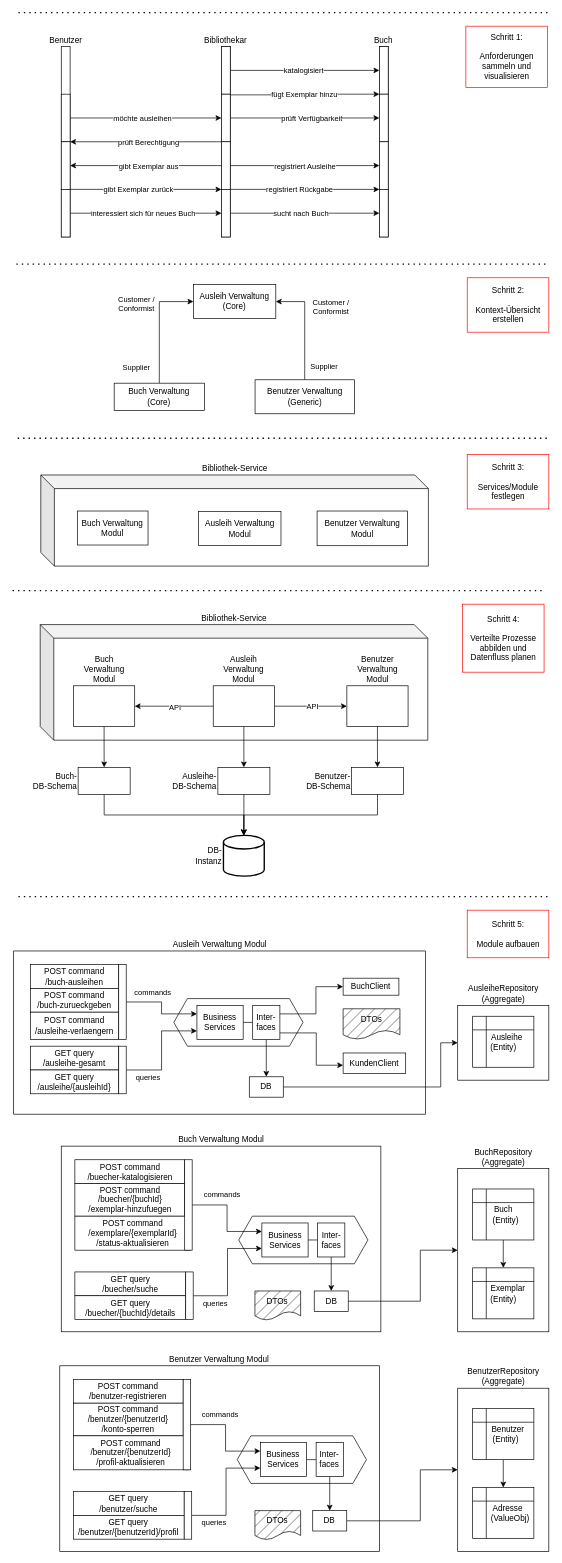
Above: images/software-architecture-guide-example.drawio in coc-university/software-architecture-guide (draw.io), before the change. Source tidied: cells renumbered, new cells numbered last; positions are measured from the earlier drawing's top-left corner, leaving out a move shared by most shapes. Both pictures are drawn from the tidied source at 68%, with x=0, y=0 at pixel (12, 12).
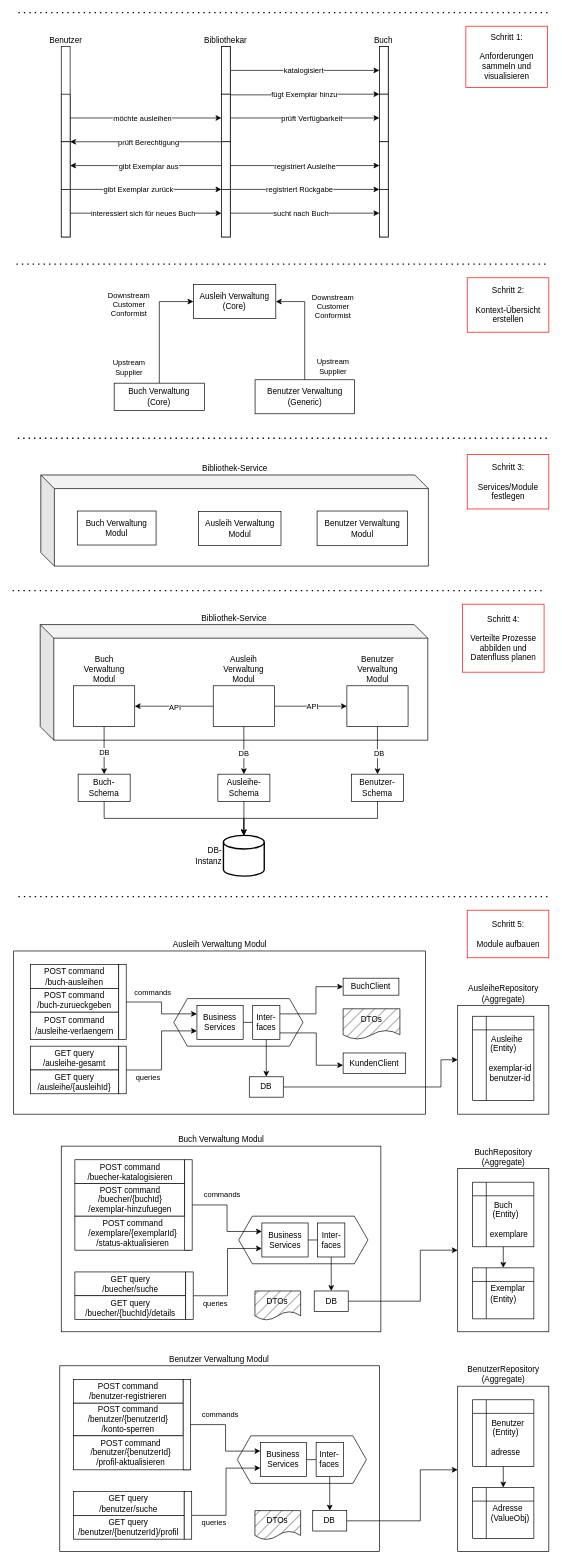
Above is the later version.

The change refers to these unchanged cells:
```xml
<mxCell id="21" style="edgeStyle=orthogonalEdgeStyle;rounded=0;jettySize=auto;html=1;exitX=0.5;exitY=1;exitDx=0;exitDy=0;" parent="1" edge="1" source="20" target="95">
  <mxGeometry relative="1" as="geometry" />
</mxCell>
<mxCell id="24" style="edgeStyle=orthogonalEdgeStyle;rounded=0;jettySize=auto;html=1;exitX=0.5;exitY=1;exitDx=0;exitDy=0;entryX=0.5;entryY=0;entryDx=0;entryDy=0;" parent="1" edge="1" source="27" target="94">
  <mxGeometry relative="1" as="geometry" />
</mxCell>
<mxCell id="29" style="edgeStyle=orthogonalEdgeStyle;rounded=0;jettySize=auto;html=1;exitX=0.5;exitY=1;exitDx=0;exitDy=0;entryX=0.5;entryY=0;entryDx=0;entryDy=0;" parent="1" edge="1" source="28" target="96">
  <mxGeometry relative="1" as="geometry" />
</mxCell>
<mxCell id="43" value="DB" style="rounded=0;whiteSpace=wrap;html=1;labelPosition=center;verticalLabelPosition=middle;align=center;verticalAlign=middle;strokeColor=light-dark(#000000,#FF8000);" parent="1" vertex="1">
  <mxGeometry x="348.1" y="1565" width="50" height="30" as="geometry" />
</mxCell>
<mxCell id="102" style="edgeStyle=orthogonalEdgeStyle;rounded=0;jettySize=auto;html=1;exitX=0.5;exitY=0;exitDx=0;exitDy=0;entryX=1;entryY=0.5;entryDx=0;entryDy=0;" parent="1" edge="1" source="105" target="101">
  <mxGeometry relative="1" as="geometry" />
</mxCell>
<mxCell id="106" style="edgeStyle=orthogonalEdgeStyle;rounded=0;jettySize=auto;html=1;exitX=0.5;exitY=0;exitDx=0;exitDy=0;entryX=0;entryY=0.5;entryDx=0;entryDy=0;" parent="1" edge="1" source="109" target="101">
  <mxGeometry relative="1" as="geometry" />
</mxCell>
```

Change to the diagram source:
```diff
@@
     <mxCell id="10" value="Buch Verwaltung&lt;div&gt;Modul&lt;/div&gt;" style="rounded=0;whiteSpace=wrap;html=1;labelPosition=center;verticalLabelPosition=middle;align=center;verticalAlign=middle;strokeColor=light-dark(#000000,#0433FF);" parent="1" vertex="1">
-      <mxGeometry x="95.2" y="733" width="104" height="50" as="geometry" />
+      <mxGeometry x="95.2" y="733" width="115.8" height="50" as="geometry" />
     </mxCell>
@@
+    <mxCell id="153" value="DB" style="edgeLabel;html=1;align=center;verticalAlign=middle;" parent="21" vertex="1">
+      <mxGeometry x="0.08" relative="1" as="geometry" />
+    </mxCell>
@@
+    <mxCell id="154" value="DB" style="edgeLabel;html=1;align=center;verticalAlign=middle;" parent="24" vertex="1">
+      <mxGeometry x="0.14" y="-1" relative="1" as="geometry" />
+    </mxCell>
@@
+    <mxCell id="155" value="DB" style="edgeLabel;html=1;align=center;verticalAlign=middle;" parent="29" vertex="1">
+      <mxGeometry x="0.14" y="2" relative="1" as="geometry" />
+    </mxCell>
@@
     <mxCell id="42" style="edgeStyle=orthogonalEdgeStyle;rounded=0;jettySize=auto;html=1;exitX=1;exitY=0.5;exitDx=0;exitDy=0;entryX=0;entryY=0.5;entryDx=0;entryDy=0;" parent="1" edge="1" source="43" target="84">
       <mxGeometry relative="1" as="geometry">
         <Array as="points">
-          <mxPoint x="629.6" y="1580" />
-          <mxPoint x="629.6" y="1515" />
+          <mxPoint x="630" y="1580" />
+          <mxPoint x="630" y="1540" />
         </Array>
       </mxGeometry>
     </mxCell>
@@
     <mxCell id="84" value="&lt;span style=&quot;background-color: transparent; color: light-dark(rgb(0, 0, 0), rgb(255, 255, 255));&quot;&gt;AusleiheRepository&lt;/span&gt;&lt;div&gt;&lt;span style=&quot;background-color: transparent; color: light-dark(rgb(0, 0, 0), rgb(255, 255, 255));&quot;&gt;(&lt;/span&gt;&lt;span style=&quot;background-color: transparent; color: light-dark(rgb(0, 0, 0), rgb(255, 255, 255));&quot;&gt;Aggregate&lt;/span&gt;&lt;span style=&quot;background-color: transparent; color: light-dark(rgb(0, 0, 0), rgb(255, 255, 255));&quot;&gt;)&lt;/span&gt;&lt;/div&gt;" style="rounded=0;whiteSpace=wrap;html=1;labelPosition=center;verticalLabelPosition=top;align=center;verticalAlign=bottom;" parent="1" vertex="1">
-      <mxGeometry x="654.6" y="1460" width="134" height="110" as="geometry" />
+      <mxGeometry x="654.6" y="1460" width="134" height="160" as="geometry" />
     </mxCell>
-    <mxCell id="85" value="&amp;nbsp; &amp;nbsp;Ausleihe&lt;div&gt;(Entity)&lt;/div&gt;" style="shape=internalStorage;whiteSpace=wrap;html=1;backgroundOutline=1;" parent="1" vertex="1">
-      <mxGeometry x="676.6" y="1476" width="90" height="75" as="geometry" />
+    <mxCell id="85" value="&amp;nbsp; &amp;nbsp;Ausleihe&lt;div&gt;(Entity)&lt;/div&gt;&lt;div&gt;&lt;br&gt;&lt;/div&gt;&lt;div&gt;&amp;nbsp; &amp;nbsp; &amp;nbsp; exemplar-id&lt;/div&gt;&lt;div&gt;&amp;nbsp; &amp;nbsp; &amp;nbsp; benutzer-id&lt;/div&gt;" style="shape=internalStorage;whiteSpace=wrap;html=1;backgroundOutline=1;" parent="1" vertex="1">
+      <mxGeometry x="676.6" y="1476" width="90" height="124" as="geometry" />
     </mxCell>
@@
-    <mxCell id="89" value="Buch&lt;div&gt;&amp;nbsp; (Entity)&lt;/div&gt;" style="shape=internalStorage;whiteSpace=wrap;html=1;backgroundOutline=1;" parent="1" vertex="1">
-      <mxGeometry x="676.6" y="1730" width="90" height="75" as="geometry" />
+    <mxCell id="89" value="&lt;div&gt;&lt;br&gt;&lt;/div&gt;Buch&lt;div&gt;&amp;nbsp; (Entity)&lt;/div&gt;&lt;div&gt;&lt;br&gt;&lt;/div&gt;&lt;div&gt;&amp;nbsp; &amp;nbsp; &amp;nbsp;exemplare&lt;/div&gt;" style="shape=internalStorage;whiteSpace=wrap;html=1;backgroundOutline=1;" parent="1" vertex="1">
+      <mxGeometry x="676.6" y="1720" width="90" height="95" as="geometry" />
     </mxCell>
     <mxCell id="90" value="&lt;span style=&quot;background-color: transparent; color: light-dark(rgb(0, 0, 0), rgb(255, 255, 255));&quot;&gt;BenutzerRepository&lt;/span&gt;&lt;div&gt;&lt;span style=&quot;background-color: transparent; color: light-dark(rgb(0, 0, 0), rgb(255, 255, 255));&quot;&gt;(&lt;/span&gt;&lt;span style=&quot;background-color: transparent; color: light-dark(rgb(0, 0, 0), rgb(255, 255, 255));&quot;&gt;Aggregate&lt;/span&gt;&lt;span style=&quot;background-color: transparent; color: light-dark(rgb(0, 0, 0), rgb(255, 255, 255));&quot;&gt;)&lt;/span&gt;&lt;/div&gt;" style="rounded=0;whiteSpace=wrap;html=1;labelPosition=center;verticalLabelPosition=top;align=center;verticalAlign=bottom;" parent="1" vertex="1">
-      <mxGeometry x="654.6" y="2023" width="134" height="240" as="geometry" />
+      <mxGeometry x="654.6" y="2020" width="134" height="243" as="geometry" />
     </mxCell>
@@
-    <mxCell id="93" value="&amp;nbsp; &amp;nbsp; Benutzer&lt;div&gt;&amp;nbsp; (Entity)&lt;/div&gt;" style="shape=internalStorage;whiteSpace=wrap;html=1;backgroundOutline=1;" parent="1" vertex="1">
-      <mxGeometry x="676.6" y="2053" width="90" height="75" as="geometry" />
+    <mxCell id="93" value="&amp;nbsp; &amp;nbsp;&amp;nbsp;&lt;div&gt;&amp;nbsp; &amp;nbsp; Benutzer&lt;div&gt;&amp;nbsp; (Entity)&lt;/div&gt;&lt;div&gt;&lt;br&gt;&lt;/div&gt;&lt;div&gt;&amp;nbsp; adresse&lt;/div&gt;&lt;/div&gt;" style="shape=internalStorage;whiteSpace=wrap;html=1;backgroundOutline=1;" parent="1" vertex="1">
+      <mxGeometry x="676.6" y="2040" width="90" height="98" as="geometry" />
     </mxCell>
-    <mxCell id="94" value="Ausleihe-&lt;div&gt;DB-Schema&lt;/div&gt;" style="rounded=0;whiteSpace=wrap;html=1;labelPosition=left;verticalLabelPosition=middle;align=right;verticalAlign=middle;" parent="1" vertex="1">
-      <mxGeometry x="301.9" y="1110" width="76.5" height="40" as="geometry" />
+    <mxCell id="94" value="Ausleihe-&lt;div&gt;Schema&lt;/div&gt;" style="rounded=0;whiteSpace=wrap;html=1;labelPosition=center;verticalLabelPosition=middle;align=center;verticalAlign=middle;" parent="1" vertex="1">
+      <mxGeometry x="301.9" y="1120" width="76.5" height="40" as="geometry" />
     </mxCell>
-    <mxCell id="95" value="Buch-&lt;div&gt;DB-Schema&lt;/div&gt;" style="rounded=0;whiteSpace=wrap;html=1;labelPosition=left;verticalLabelPosition=middle;align=right;verticalAlign=middle;" parent="1" vertex="1">
-      <mxGeometry x="96.4" y="1110" width="76.5" height="40" as="geometry" />
+    <mxCell id="95" value="Buch-&lt;div&gt;Schema&lt;/div&gt;" style="rounded=0;whiteSpace=wrap;html=1;labelPosition=center;verticalLabelPosition=middle;align=center;verticalAlign=middle;" parent="1" vertex="1">
+      <mxGeometry x="96.4" y="1120" width="76.5" height="40" as="geometry" />
     </mxCell>
-    <mxCell id="96" value="Benutzer-&lt;div&gt;DB-Schema&lt;/div&gt;" style="rounded=0;whiteSpace=wrap;html=1;labelPosition=left;verticalLabelPosition=middle;align=right;verticalAlign=middle;" parent="1" vertex="1">
-      <mxGeometry x="498.4" y="1110" width="76.5" height="40" as="geometry" />
+    <mxCell id="96" value="Benutzer-&lt;div&gt;Schema&lt;/div&gt;" style="rounded=0;whiteSpace=wrap;html=1;labelPosition=center;verticalLabelPosition=middle;align=center;verticalAlign=middle;" parent="1" vertex="1">
+      <mxGeometry x="498.4" y="1120" width="76.5" height="40" as="geometry" />
     </mxCell>
@@
-    <mxCell id="103" value="Customer /&lt;div&gt;Conformist&lt;/div&gt;" style="edgeLabel;html=1;align=center;verticalAlign=middle;" parent="102" vertex="1">
+    <mxCell id="103" value="&lt;div&gt;Downstream&lt;/div&gt;Customer&lt;div&gt;Conformist&lt;/div&gt;" style="edgeLabel;html=1;align=center;verticalAlign=middle;" parent="102" vertex="1">
       <mxGeometry x="-0.17" y="1" relative="1" as="geometry">
-        <mxPoint x="39" y="-43" as="offset" />
+        <mxPoint x="42" y="-44" as="offset" />
       </mxGeometry>
     </mxCell>
-    <mxCell id="104" value="Supplier" style="edgeLabel;html=1;align=center;verticalAlign=middle;" parent="102" vertex="1">
+    <mxCell id="104" value="Upstream&lt;div&gt;Supplier&lt;/div&gt;" style="edgeLabel;html=1;align=center;verticalAlign=middle;" parent="102" vertex="1">
       <mxGeometry x="-0.66" y="1" relative="1" as="geometry">
-        <mxPoint x="29" y="7" as="offset" />
+        <mxPoint x="42" y="7" as="offset" />
       </mxGeometry>
     </mxCell>
@@
-    <mxCell id="107" value="Supplier" style="edgeLabel;html=1;align=center;verticalAlign=middle;" parent="106" vertex="1">
+    <mxCell id="107" value="Upstream&lt;div&gt;Supplier&lt;/div&gt;" style="edgeLabel;html=1;align=center;verticalAlign=middle;" parent="106" vertex="1">
       <mxGeometry x="-0.31" relative="1" as="geometry">
-        <mxPoint x="-34" y="35" as="offset" />
+        <mxPoint x="-45" y="35" as="offset" />
       </mxGeometry>
     </mxCell>
-    <mxCell id="108" value="Customer /&lt;div&gt;Conformist&lt;/div&gt;" style="edgeLabel;html=1;align=center;verticalAlign=middle;" parent="106" vertex="1">
+    <mxCell id="108" value="&lt;div&gt;Downstream&lt;/div&gt;Customer&lt;div&gt;Conformist&lt;/div&gt;" style="edgeLabel;html=1;align=center;verticalAlign=middle;" parent="106" vertex="1">
       <mxGeometry y="-1" relative="1" as="geometry">
-        <mxPoint x="-35" y="-32" as="offset" />
+        <mxPoint x="-46" y="-32" as="offset" />
       </mxGeometry>
     </mxCell>
```
